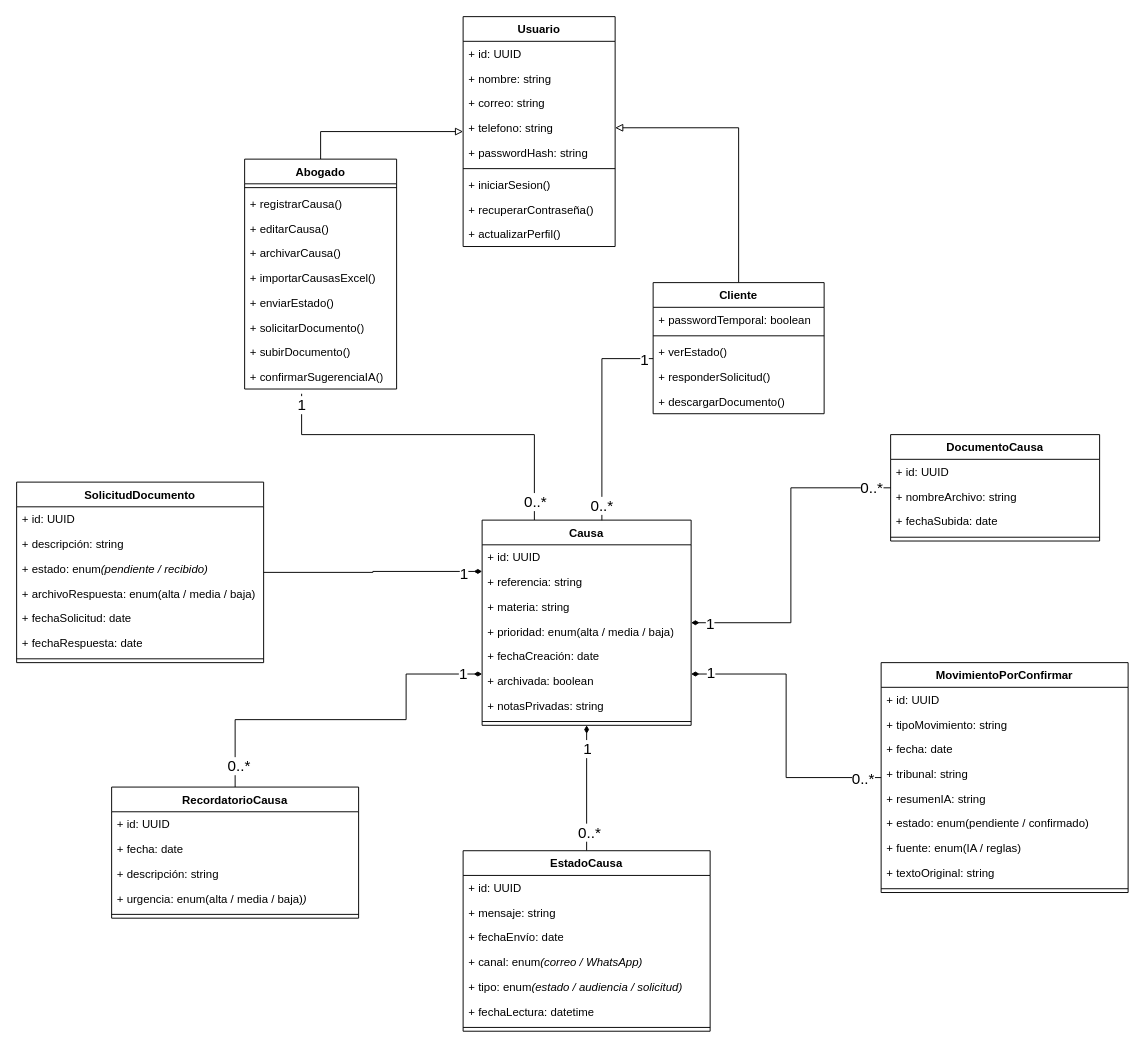
Before: Fase 2/Evidencias Proyecto/Documentacion/Diseño v2/Diagramas/diagrama_clases_v2.drawio in sebastianroman16/CAPSTONE, a draw.io diagram. Source tidied: cells renumbered, new cells numbered last; positions are measured from the earlier drawing's top-left corner, leaving out a move shared by most shapes. Both pictures are drawn from the tidied source at 95%, with x=0, y=0 at pixel (16, 16).
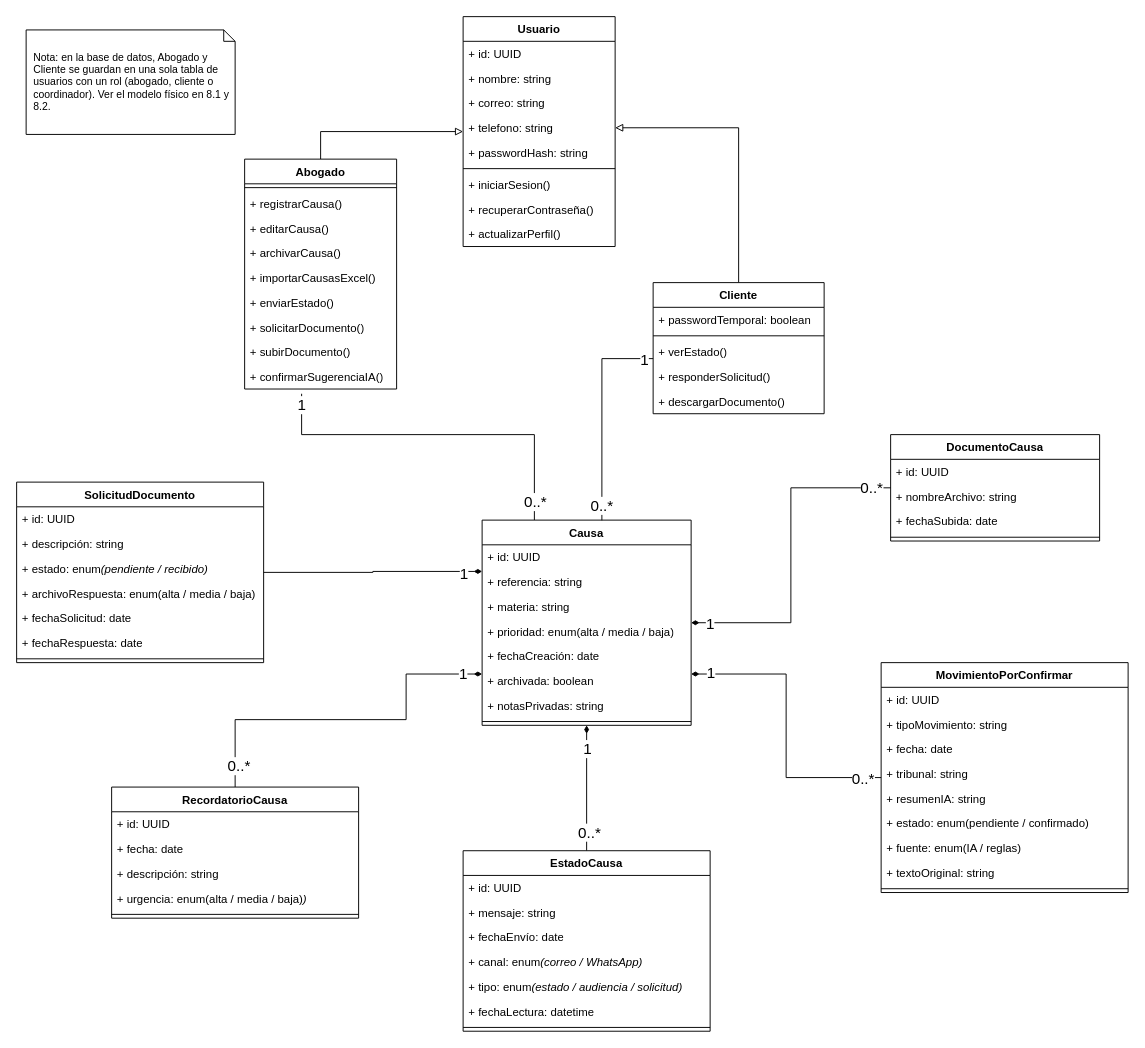
After the change.

Diff of the diagram source:
```diff
@@
+    <mxCell id="96" value="Nota: en la base de datos, Abogado y Cliente se guardan en una sola tabla de usuarios con un rol (abogado, cliente o coordinador). Ver el modelo físico en 8.1 y 8.2." style="shape=note;whiteSpace=wrap;html=1;size=12;align=left;spacingLeft=6;fontSize=11;" parent="1" vertex="1">
+      <mxGeometry x="10" y="14" width="220" height="110" as="geometry" />
+    </mxCell>
```
